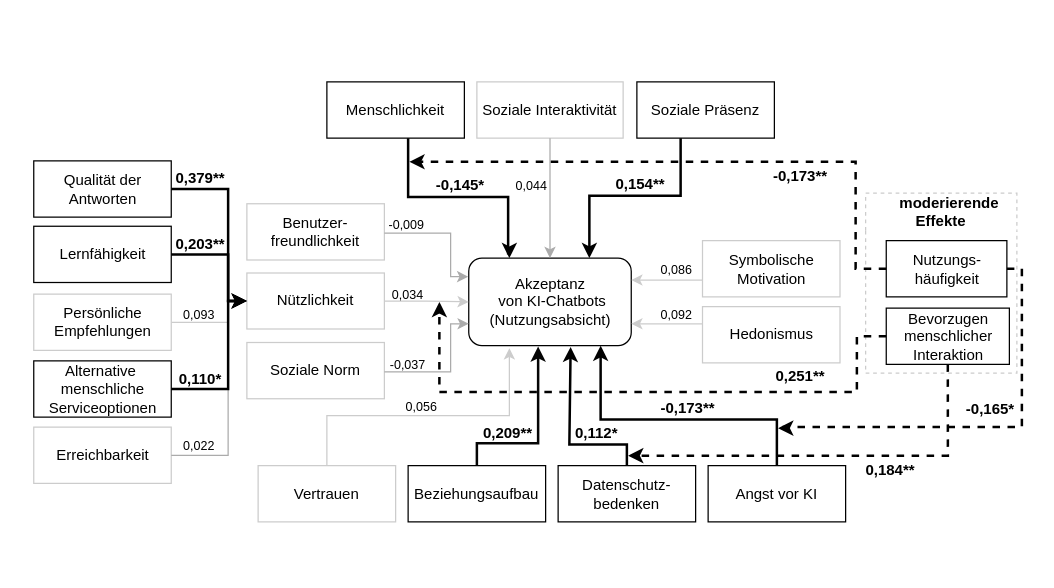
This is page "Kopie von Moderator" (7 of 7) of sRAM.drawio from Frododo12/Web-Technologie, a draw.io file, before an edit. Source tidied: cells renumbered, new cells numbered last; positions are measured from the earlier drawing's top-left corner, leaving out a move shared by most shapes. Both pictures are drawn from the tidied source at 125%, with x=0, y=0 at pixel (21, 31).
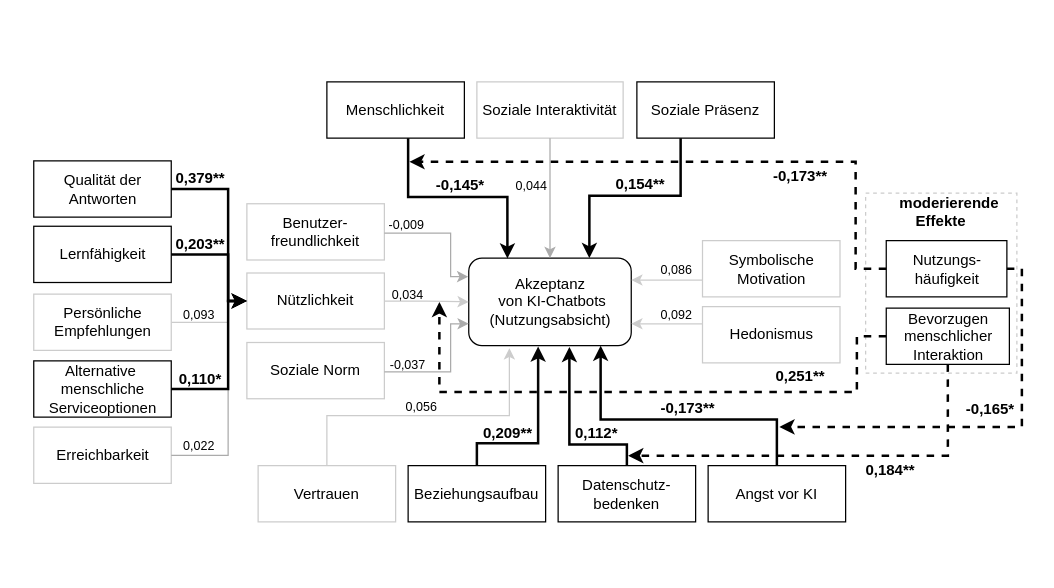
Above is the later version.

The change refers to these unchanged cells:
```xml
<mxCell id="3" value="Akzeptanz&lt;br&gt;&amp;nbsp;von KI-Chatbots&lt;br&gt;(Nutzungsabsicht)" style="rounded=1;whiteSpace=wrap;html=1;glass=0;shadow=0;strokeWidth=1;" parent="1" vertex="1">
  <mxGeometry x="357.5" y="181" width="130" height="70" as="geometry" />
</mxCell>
<mxCell id="12" value="Menschlichkeit" style="rounded=0;whiteSpace=wrap;html=1;" parent="9" vertex="1">
  <mxGeometry x="15" y="40" width="110" height="45" as="geometry" />
</mxCell>
<mxCell id="57" value="Nutzungs-&lt;br&gt;häufigkeit" style="rounded=0;whiteSpace=wrap;html=1;strokeColor=#000000;" parent="55" vertex="1">
  <mxGeometry x="16.5" y="38" width="96.5" height="45" as="geometry" />
</mxCell>
<mxCell id="62" value="Datenschutz-bedenken" style="rounded=0;whiteSpace=wrap;html=1;strokeColor=#000000;fontStyle=0;" parent="1" vertex="1">
  <mxGeometry x="429" y="347" width="110" height="45" as="geometry" />
</mxCell>
```

The edit, as a diff of the source:
```diff
@@
-    <mxCell id="24" style="edgeStyle=orthogonalEdgeStyle;rounded=0;jettySize=auto;html=1;entryX=0.25;entryY=0;entryDx=0;entryDy=0;strokeColor=#000000;fontSize=11;strokeWidth=2;" parent="1" edge="1" source="12" target="3">
+    <mxCell id="24" style="edgeStyle=orthogonalEdgeStyle;rounded=0;jettySize=auto;html=1;entryX=0.238;entryY=0.004;entryDx=0;entryDy=0;strokeColor=#000000;fontSize=11;strokeWidth=2;entryPerimeter=0;" parent="1" edge="1" source="12" target="3">
       <mxGeometry relative="1" as="geometry">
         <Array as="points">
           <mxPoint x="309" y="132" />
           <mxPoint x="389" y="132" />
-          <mxPoint x="389" y="177" />
-          <mxPoint x="390" y="177" />
+          <mxPoint x="389" y="181" />
         </Array>
       </mxGeometry>
     </mxCell>
@@
     <mxCell id="30" style="edgeStyle=orthogonalEdgeStyle;rounded=0;jettySize=auto;html=1;strokeColor=#000000;strokeWidth=2;exitX=0.5;exitY=0;exitDx=0;exitDy=0;" parent="1" edge="1" source="62">
       <mxGeometry relative="1" as="geometry">
-        <mxPoint x="439" y="252" as="targetPoint" />
+        <mxPoint x="438" y="252" as="targetPoint" />
         <Array as="points">
           <mxPoint x="484" y="330" />
           <mxPoint x="438" y="330" />
         </Array>
       </mxGeometry>
     </mxCell>
@@
     <mxCell id="68" style="edgeStyle=orthogonalEdgeStyle;rounded=0;jettySize=auto;html=1;dashed=1;exitX=1;exitY=0.5;exitDx=0;exitDy=0;strokeWidth=2;" parent="1" edge="1" source="57">
       <mxGeometry relative="1" as="geometry">
-        <mxPoint x="605" y="317" as="targetPoint" />
+        <mxPoint x="606" y="316" as="targetPoint" />
         <Array as="points">
           <mxPoint x="800" y="190" />
           <mxPoint x="800" y="316" />
-          <mxPoint x="607" y="316" />
-          <mxPoint x="607" y="317" />
+          <mxPoint x="617" y="316" />
         </Array>
       </mxGeometry>
     </mxCell>
```
